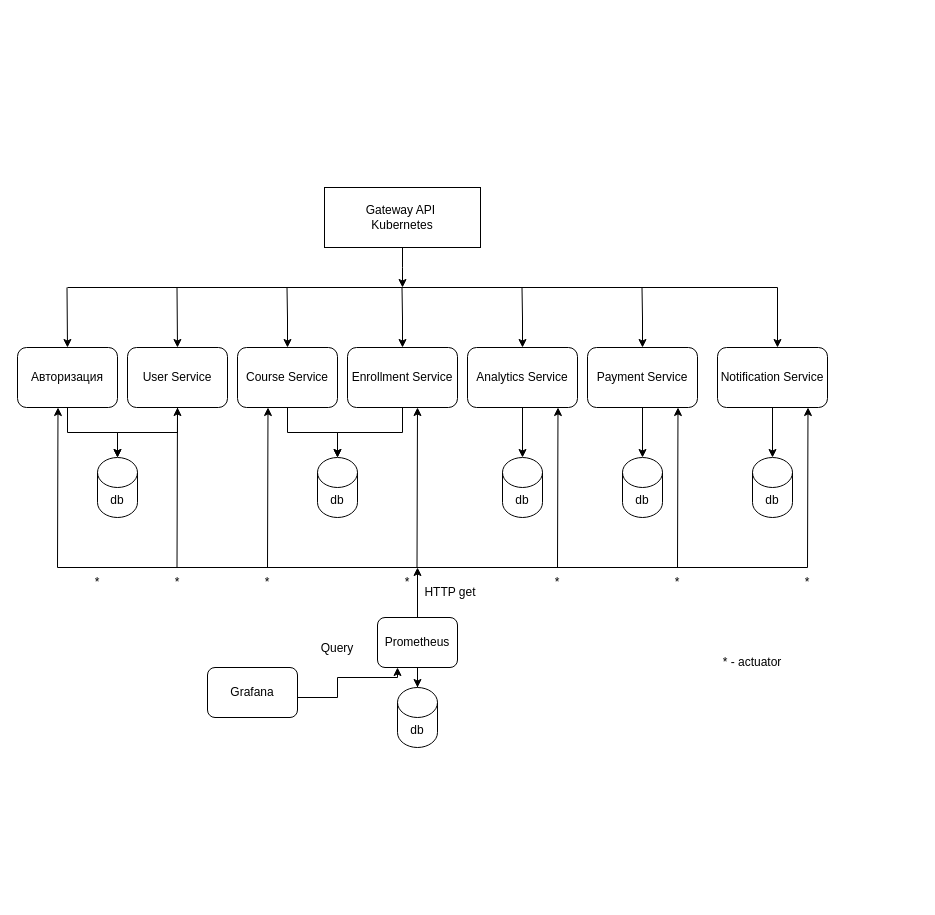
Earlier version of the draw.io diagram Диаграмма без названия.drawio (rishaleva/testTransactional). Source tidied: cells renumbered, new cells numbered last; positions are measured from the earlier drawing's top-left corner, leaving out a move shared by most shapes. Both pictures are drawn from the tidied source at 100%, with x=0, y=0 at pixel (17, 187).
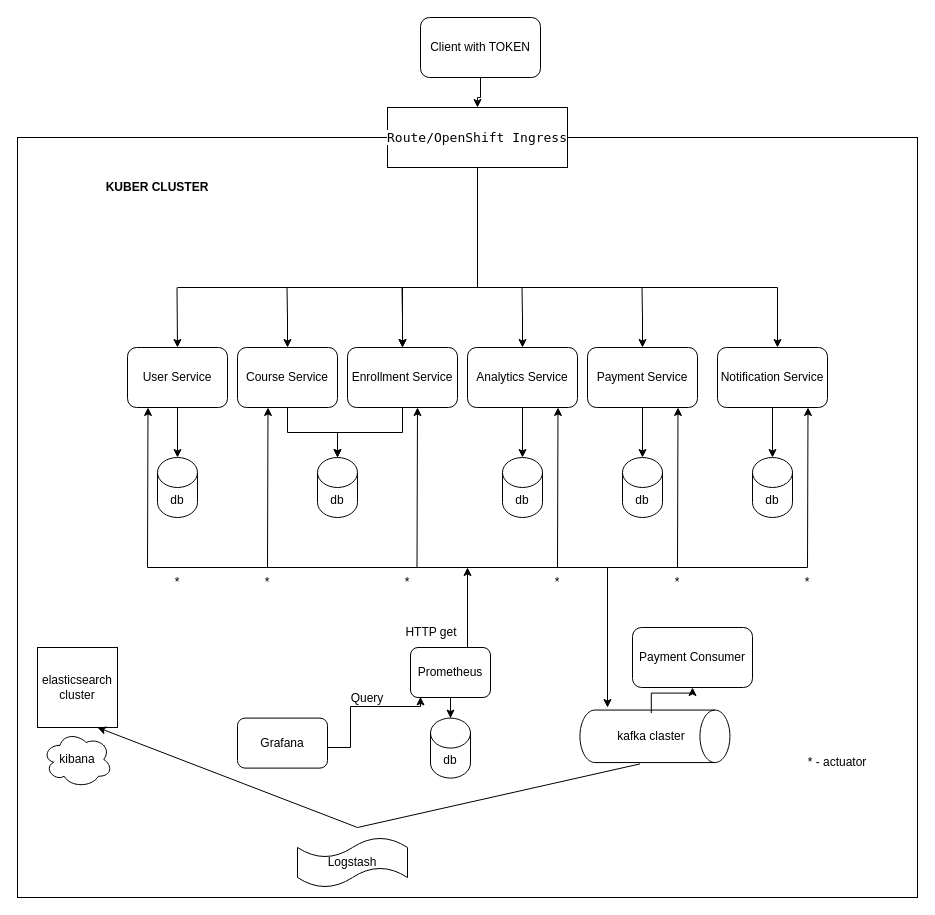
The same page after the edit.

Unchanged cells that the change refers to:
```xml
<mxCell id="23" value="Enrollment Service" style="rounded=1;whiteSpace=wrap;html=1;" parent="1" vertex="1">
  <mxGeometry x="330" y="160" width="110" height="60" as="geometry" />
</mxCell>
<mxCell id="48" value="*" style="text;html=1;align=center;verticalAlign=middle;whiteSpace=wrap;rounded=0;" parent="1" vertex="1">
  <mxGeometry x="130" y="380" width="60" height="30" as="geometry" />
</mxCell>
```

The edit, as a diff of the source:
```diff
@@
-    <mxCell id="2" style="edgeStyle=orthogonalEdgeStyle;rounded=0;jettySize=auto;html=1;" parent="1" edge="1" source="3" target="13">
-      <mxGeometry relative="1" as="geometry" />
-    </mxCell>
-    <mxCell id="3" value="Авторизация" style="rounded=1;whiteSpace=wrap;html=1;" parent="1" vertex="1">
-      <mxGeometry y="160" width="100" height="60" as="geometry" />
-    </mxCell>
+    <mxCell id="56" style="rounded=0;whiteSpace=wrap;html=1;" parent="1" vertex="1">
+      <mxGeometry y="-50" width="900" height="760" as="geometry" />
+    </mxCell>
@@
     <mxCell id="13" value="db" style="shape=cylinder3;whiteSpace=wrap;html=1;boundedLbl=1;backgroundOutline=1;size=15;" parent="1" vertex="1">
-      <mxGeometry x="80" y="270" width="40" height="60" as="geometry" />
+      <mxGeometry x="140" y="270" width="40" height="60" as="geometry" />
     </mxCell>
@@
-    <mxCell id="20" style="edgeStyle=orthogonalEdgeStyle;rounded=0;jettySize=auto;html=1;" parent="1" edge="1" source="21">
-      <mxGeometry relative="1" as="geometry">
-        <mxPoint x="385" y="100" as="targetPoint" />
-      </mxGeometry>
-    </mxCell>
-    <mxCell id="21" value="Gateway API&amp;nbsp;&lt;br&gt;Kubernetes" style="rounded=0;whiteSpace=wrap;html=1;" parent="1" vertex="1">
-      <mxGeometry x="307" width="156" height="60" as="geometry" />
-    </mxCell>
+    <mxCell id="57" style="edgeStyle=orthogonalEdgeStyle;rounded=0;jettySize=auto;html=1;" parent="1" edge="1" source="21" target="23">
+      <mxGeometry relative="1" as="geometry">
+        <Array as="points">
+          <mxPoint x="460" y="100" />
+          <mxPoint x="385" y="100" />
+        </Array>
+      </mxGeometry>
+    </mxCell>
@@
     <mxCell id="24" style="endArrow=none;html=1;rounded=0;" parent="1" edge="1">
       <mxGeometry relative="1" as="geometry">
-        <mxPoint x="50" y="100" as="sourcePoint" />
+        <mxPoint x="160" y="100" as="sourcePoint" />
         <mxPoint x="760" y="100" as="targetPoint" />
       </mxGeometry>
     </mxCell>
-    <mxCell id="25" style="edgeStyle=orthogonalEdgeStyle;rounded=0;jettySize=auto;html=1;entryX=0.5;entryY=0;entryDx=0;entryDy=0;" parent="1" edge="1" target="3">
-      <mxGeometry relative="1" as="geometry">
-        <mxPoint x="49.5" y="100" as="sourcePoint" />
-      </mxGeometry>
-    </mxCell>
@@
-    <mxCell id="32" style="edgeStyle=orthogonalEdgeStyle;rounded=0;jettySize=auto;html=1;entryX=0.25;entryY=1;entryDx=0;entryDy=0;" parent="1" edge="1" target="35">
+    <mxCell id="32" style="edgeStyle=orthogonalEdgeStyle;rounded=0;orthogonalLoop=1;jettySize=auto;html=1;entryX=0.25;entryY=1;entryDx=0;entryDy=0;exitX=1;exitY=0.5;exitDx=0;exitDy=0;" parent="1" edge="1">
       <mxGeometry relative="1" as="geometry">
-        <mxPoint x="280" y="490" as="sourcePoint" />
+        <mxPoint x="303" y="560" as="sourcePoint" />
+        <mxPoint x="403" y="509.4" as="targetPoint" />
         <Array as="points">
-          <mxPoint x="280" y="510" />
-          <mxPoint x="320" y="510" />
-          <mxPoint x="320" y="490" />
-          <mxPoint x="380" y="490" />
+          <mxPoint x="333" y="560" />
+          <mxPoint x="333" y="519" />
+          <mxPoint x="403" y="519" />
         </Array>
       </mxGeometry>
     </mxCell>
     <mxCell id="33" value="Grafana" style="rounded=1;whiteSpace=wrap;html=1;" parent="1" vertex="1">
-      <mxGeometry x="190" y="480" width="90" height="50" as="geometry" />
+      <mxGeometry x="220" y="530.6" width="90" height="50" as="geometry" />
     </mxCell>
@@
     <mxCell id="35" value="Prometheus" style="rounded=1;whiteSpace=wrap;html=1;" parent="1" vertex="1">
-      <mxGeometry x="360" y="430" width="80" height="50" as="geometry" />
+      <mxGeometry x="393" y="460" width="80" height="50" as="geometry" />
     </mxCell>
     <mxCell id="36" value="db" style="shape=cylinder3;whiteSpace=wrap;html=1;boundedLbl=1;backgroundOutline=1;size=15;" parent="1" vertex="1">
-      <mxGeometry x="380" y="500" width="40" height="60" as="geometry" />
+      <mxGeometry x="413" y="530.6" width="40" height="60" as="geometry" />
     </mxCell>
     <mxCell id="37" value="Query" style="text;html=1;align=center;verticalAlign=middle;whiteSpace=wrap;rounded=0;" parent="1" vertex="1">
-      <mxGeometry x="290" y="460" width="60" as="geometry" />
+      <mxGeometry x="320" y="510" width="60" as="geometry" />
     </mxCell>
-    <mxCell id="38" style="endArrow=none;html=1;rounded=0;" parent="1" edge="1">
+    <mxCell id="38" style="endArrow=none;html=1;rounded=0;exitX=0;exitY=0;exitDx=0;exitDy=0;" parent="1" edge="1" source="48">
       <mxGeometry relative="1" as="geometry">
-        <mxPoint x="40" y="380" as="sourcePoint" />
         <mxPoint x="790" y="380" as="targetPoint" />
       </mxGeometry>
     </mxCell>
-    <mxCell id="39" style="endArrow=classic;html=1;rounded=0;" parent="1" edge="1">
-      <mxGeometry relative="1" as="geometry">
-        <mxPoint x="40" y="380" as="sourcePoint" />
-        <mxPoint x="40.5" y="220" as="targetPoint" />
-      </mxGeometry>
-    </mxCell>
@@
     <mxCell id="42" style="endArrow=classic;html=1;rounded=0;" parent="1" edge="1">
       <mxGeometry relative="1" as="geometry">
-        <mxPoint x="159.5" y="380" as="sourcePoint" />
-        <mxPoint x="160" y="220" as="targetPoint" />
+        <mxPoint x="130" y="380" as="sourcePoint" />
+        <mxPoint x="130.5" y="220" as="targetPoint" />
       </mxGeometry>
     </mxCell>
@@
     <mxCell id="45" value="HTTP get" style="text;html=1;align=center;verticalAlign=middle;whiteSpace=wrap;rounded=0;" parent="1" vertex="1">
-      <mxGeometry x="403" y="390" width="60" height="30" as="geometry" />
+      <mxGeometry x="384" y="430" width="60" height="30" as="geometry" />
     </mxCell>
-    <mxCell id="46" style="endArrow=classic;html=1;rounded=0;exitX=0.5;exitY=0;exitDx=0;exitDy=0;" parent="1" edge="1" source="35">
+    <mxCell id="46" style="endArrow=classic;html=1;rounded=0;exitX=0.5;exitY=0;exitDx=0;exitDy=0;" parent="1" edge="1">
       <mxGeometry relative="1" as="geometry">
-        <mxPoint x="400" y="380" as="targetPoint" />
+        <mxPoint x="450" y="460" as="sourcePoint" />
+        <mxPoint x="450" y="380" as="targetPoint" />
       </mxGeometry>
     </mxCell>
-    <mxCell id="47" value="*" style="text;html=1;align=center;verticalAlign=middle;whiteSpace=wrap;rounded=0;" parent="1" vertex="1">
-      <mxGeometry x="50" y="380" width="60" height="30" as="geometry" />
-    </mxCell>
@@
     <mxCell id="55" value="* - actuator" style="text;html=1;align=center;verticalAlign=middle;whiteSpace=wrap;rounded=0;" parent="1" vertex="1">
-      <mxGeometry x="690" y="460" width="90" height="30" as="geometry" />
+      <mxGeometry x="775" y="560" width="90" height="30" as="geometry" />
     </mxCell>
+    <mxCell id="58" value="&lt;b&gt;KUBER CLUSTER&lt;/b&gt;" style="text;html=1;align=center;verticalAlign=middle;whiteSpace=wrap;rounded=0;" parent="1" vertex="1">
+      <mxGeometry x="70" y="-40" width="140" height="80" as="geometry" />
+    </mxCell>
+    <mxCell id="21" value="&lt;span style=&quot;font-family: Menlo, Monaco, Consolas, &amp;quot;Andale Mono&amp;quot;, &amp;quot;Ubuntu Mono&amp;quot;, &amp;quot;Courier New&amp;quot;, monospace; font-size: 13px; text-align: left; white-space: pre;&quot;&gt;Route/OpenShift Ingress&lt;/span&gt;" style="rounded=0;whiteSpace=wrap;html=1;labelBackgroundColor=default;" parent="1" vertex="1">
+      <mxGeometry x="370" y="-80" width="180" height="60" as="geometry" />
+    </mxCell>
+    <mxCell id="59" style="edgeStyle=orthogonalEdgeStyle;rounded=0;jettySize=auto;html=1;" parent="1" edge="1" source="60" target="21">
+      <mxGeometry relative="1" as="geometry" />
+    </mxCell>
+    <mxCell id="60" value="Client with TOKEN" style="rounded=1;whiteSpace=wrap;html=1;" parent="1" vertex="1">
+      <mxGeometry x="403" y="-170" width="120" height="60" as="geometry" />
+    </mxCell>
+    <mxCell id="61" style="shape=cylinder3;whiteSpace=wrap;html=1;boundedLbl=1;backgroundOutline=1;size=15;rotation=90;" parent="1" vertex="1">
+      <mxGeometry x="611.2" y="473.8" width="52.5" height="150" as="geometry" />
+    </mxCell>
+    <mxCell id="62" style="edgeStyle=orthogonalEdgeStyle;rounded=0;jettySize=auto;html=1;" parent="1" edge="1" source="63" target="64">
+      <mxGeometry relative="1" as="geometry" />
+    </mxCell>
+    <mxCell id="63" value="kafka claster" style="text;html=1;align=center;verticalAlign=middle;whiteSpace=wrap;rounded=0;" parent="1" vertex="1">
+      <mxGeometry x="568.8" y="525.6" width="130" height="46.2" as="geometry" />
+    </mxCell>
+    <mxCell id="64" value="Payment Consumer" style="rounded=1;whiteSpace=wrap;html=1;" parent="1" vertex="1">
+      <mxGeometry x="615" y="440" width="120" height="60" as="geometry" />
+    </mxCell>
+    <mxCell id="65" style="endArrow=classic;html=1;rounded=0;" parent="1" edge="1">
+      <mxGeometry relative="1" as="geometry">
+        <mxPoint x="590" y="380" as="sourcePoint" />
+        <mxPoint x="590" y="520" as="targetPoint" />
+      </mxGeometry>
+    </mxCell>
+    <mxCell id="66" value="elasticsearch&lt;div&gt;cluster&lt;/div&gt;" style="whiteSpace=wrap;html=1;" parent="1" vertex="1">
+      <mxGeometry x="20" y="460" width="80" height="80" as="geometry" />
+    </mxCell>
+    <mxCell id="67" value="kibana" style="ellipse;shape=cloud;whiteSpace=wrap;html=1;" parent="1" vertex="1">
+      <mxGeometry x="25" y="543.8" width="70" height="56.2" as="geometry" />
+    </mxCell>
+    <mxCell id="68" style="endArrow=classic;html=1;rounded=0;entryX=0.75;entryY=1;entryDx=0;entryDy=0;exitX=0.413;exitY=1.1;exitDx=0;exitDy=0;exitPerimeter=0;" parent="1" edge="1" source="63" target="66">
+      <mxGeometry relative="1" as="geometry">
+        <Array as="points">
+          <mxPoint x="340" y="640" />
+        </Array>
+      </mxGeometry>
+    </mxCell>
+    <mxCell id="69" value="Logstash" style="shape=tape;whiteSpace=wrap;html=1;" parent="1" vertex="1">
+      <mxGeometry x="280" y="650" width="110" height="50" as="geometry" />
+    </mxCell>
```
